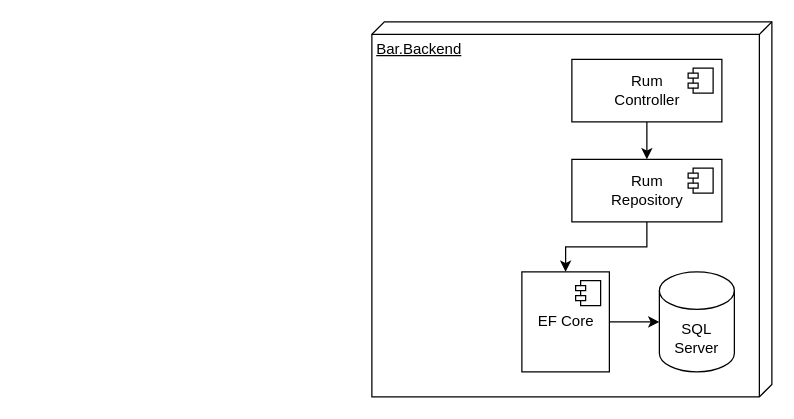
The draw.io diagram page "Components" (1 of 2) of doc/Architecture.drawio in Amarok79/Bar-Backend, before the edit. Source tidied: cells renumbered, new cells numbered last; positions are measured from the earlier drawing's top-left corner, leaving out a move shared by most shapes. Both pictures are drawn from the tidied source at 125%, with x=0, y=0 at pixel (371, 21).
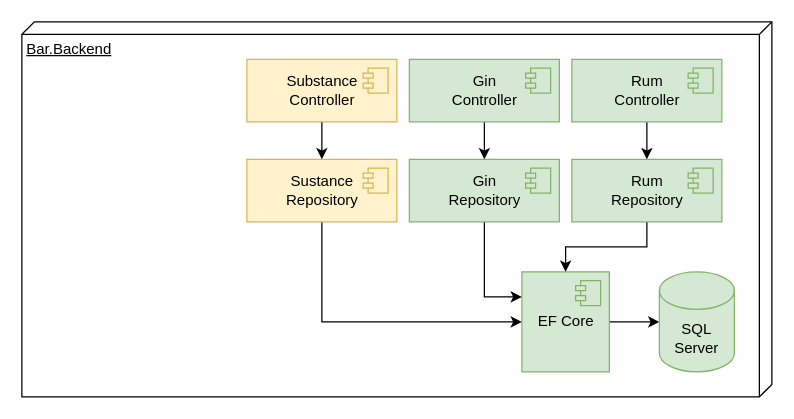
The same diagram, later.

What changed in the source:
```diff
@@
     <mxCell id="2" value="Bar.Backend" style="verticalAlign=top;align=left;spacingTop=8;spacingLeft=2;spacingRight=12;shape=cube;size=10;direction=south;fontStyle=4;html=1;" parent="1" vertex="1">
-      <mxGeometry width="320" height="300" as="geometry" />
+      <mxGeometry x="-280" width="600" height="300" as="geometry" />
     </mxCell>
@@
-    <mxCell id="4" value="EF Core" style="html=1;" parent="1" vertex="1">
+    <mxCell id="4" value="EF Core" style="html=1;fillColor=#d5e8d4;strokeColor=#82b366;" parent="1" vertex="1">
       <mxGeometry x="120" y="200" width="70" height="80" as="geometry" />
     </mxCell>
-    <mxCell id="5" style="shape=module;jettyWidth=8;jettyHeight=4;" parent="4" vertex="1">
+    <mxCell id="5" style="shape=module;jettyWidth=8;jettyHeight=4;fillColor=#d5e8d4;strokeColor=#82b366;" parent="4" vertex="1">
       <mxGeometry x="1" width="20" height="20" relative="1" as="geometry">
         <mxPoint x="-27" y="7" as="offset" />
       </mxGeometry>
     </mxCell>
-    <mxCell id="6" value="SQL Server" style="shape=cylinder3;whiteSpace=wrap;html=1;boundedLbl=1;backgroundOutline=1;size=15;" parent="1" vertex="1">
+    <mxCell id="6" value="SQL Server" style="shape=cylinder3;whiteSpace=wrap;html=1;boundedLbl=1;backgroundOutline=1;size=15;fillColor=#d5e8d4;strokeColor=#82b366;" parent="1" vertex="1">
       <mxGeometry x="230" y="200" width="60" height="80" as="geometry" />
     </mxCell>
@@
-    <mxCell id="8" value="Rum&lt;br&gt;Repository" style="html=1;" parent="1" vertex="1">
+    <mxCell id="8" value="Rum&lt;br&gt;Repository" style="html=1;fillColor=#d5e8d4;strokeColor=#82b366;" parent="1" vertex="1">
       <mxGeometry x="160" y="110" width="120" height="50" as="geometry" />
     </mxCell>
-    <mxCell id="9" style="shape=module;jettyWidth=8;jettyHeight=4;" parent="8" vertex="1">
+    <mxCell id="9" style="shape=module;jettyWidth=8;jettyHeight=4;fillColor=#d5e8d4;strokeColor=#82b366;" parent="8" vertex="1">
       <mxGeometry x="1" width="20" height="20" relative="1" as="geometry">
         <mxPoint x="-27" y="7" as="offset" />
       </mxGeometry>
     </mxCell>
@@
-    <mxCell id="11" value="Rum&lt;br&gt;Controller" style="html=1;" parent="1" vertex="1">
+    <mxCell id="11" value="Rum&lt;br&gt;Controller" style="html=1;fillColor=#d5e8d4;strokeColor=#82b366;" parent="1" vertex="1">
       <mxGeometry x="160" y="30" width="120" height="50" as="geometry" />
     </mxCell>
-    <mxCell id="12" style="shape=module;jettyWidth=8;jettyHeight=4;" parent="11" vertex="1">
+    <mxCell id="12" style="shape=module;jettyWidth=8;jettyHeight=4;fillColor=#d5e8d4;strokeColor=#82b366;" parent="11" vertex="1">
       <mxGeometry x="1" width="20" height="20" relative="1" as="geometry">
         <mxPoint x="-27" y="7" as="offset" />
       </mxGeometry>
     </mxCell>
+    <mxCell id="13" style="edgeStyle=orthogonalEdgeStyle;rounded=0;jettySize=auto;html=1;entryX=0;entryY=0.25;entryDx=0;entryDy=0;" parent="1" edge="1" source="14" target="4">
+      <mxGeometry relative="1" as="geometry" />
+    </mxCell>
+    <mxCell id="14" value="Gin&lt;br&gt;Repository" style="html=1;fillColor=#d5e8d4;strokeColor=#82b366;" parent="1" vertex="1">
+      <mxGeometry x="30" y="110" width="120" height="50" as="geometry" />
+    </mxCell>
+    <mxCell id="15" style="shape=module;jettyWidth=8;jettyHeight=4;fillColor=#d5e8d4;strokeColor=#82b366;" parent="14" vertex="1">
+      <mxGeometry x="1" width="20" height="20" relative="1" as="geometry">
+        <mxPoint x="-27" y="7" as="offset" />
+      </mxGeometry>
+    </mxCell>
+    <mxCell id="16" style="edgeStyle=orthogonalEdgeStyle;rounded=0;jettySize=auto;html=1;entryX=0.5;entryY=0;entryDx=0;entryDy=0;" parent="1" edge="1" source="17" target="14">
+      <mxGeometry relative="1" as="geometry" />
+    </mxCell>
+    <mxCell id="17" value="Gin&lt;br&gt;Controller" style="html=1;fillColor=#d5e8d4;strokeColor=#82b366;" parent="1" vertex="1">
+      <mxGeometry x="30" y="30" width="120" height="50" as="geometry" />
+    </mxCell>
+    <mxCell id="18" style="shape=module;jettyWidth=8;jettyHeight=4;fillColor=#d5e8d4;strokeColor=#82b366;" parent="17" vertex="1">
+      <mxGeometry x="1" width="20" height="20" relative="1" as="geometry">
+        <mxPoint x="-27" y="7" as="offset" />
+      </mxGeometry>
+    </mxCell>
+    <mxCell id="19" style="edgeStyle=orthogonalEdgeStyle;rounded=0;jettySize=auto;html=1;entryX=0;entryY=0.5;entryDx=0;entryDy=0;" parent="1" edge="1" source="20" target="4">
+      <mxGeometry relative="1" as="geometry">
+        <Array as="points">
+          <mxPoint x="-40" y="240" />
+        </Array>
+      </mxGeometry>
+    </mxCell>
+    <mxCell id="20" value="Sustance&lt;br&gt;Repository" style="html=1;fillColor=#fff2cc;strokeColor=#d6b656;" parent="1" vertex="1">
+      <mxGeometry x="-100" y="110" width="120" height="50" as="geometry" />
+    </mxCell>
+    <mxCell id="21" style="shape=module;jettyWidth=8;jettyHeight=4;fillColor=#fff2cc;strokeColor=#d6b656;" parent="20" vertex="1">
+      <mxGeometry x="1" width="20" height="20" relative="1" as="geometry">
+        <mxPoint x="-27" y="7" as="offset" />
+      </mxGeometry>
+    </mxCell>
+    <mxCell id="22" style="edgeStyle=orthogonalEdgeStyle;rounded=0;jettySize=auto;html=1;entryX=0.5;entryY=0;entryDx=0;entryDy=0;" parent="1" edge="1" source="23" target="20">
+      <mxGeometry relative="1" as="geometry" />
+    </mxCell>
+    <mxCell id="23" value="Substance&lt;br&gt;Controller" style="html=1;fillColor=#fff2cc;strokeColor=#d6b656;" parent="1" vertex="1">
+      <mxGeometry x="-100" y="30" width="120" height="50" as="geometry" />
+    </mxCell>
+    <mxCell id="24" style="shape=module;jettyWidth=8;jettyHeight=4;fillColor=#fff2cc;strokeColor=#d6b656;" parent="23" vertex="1">
+      <mxGeometry x="1" width="20" height="20" relative="1" as="geometry">
+        <mxPoint x="-27" y="7" as="offset" />
+      </mxGeometry>
+    </mxCell>
```
